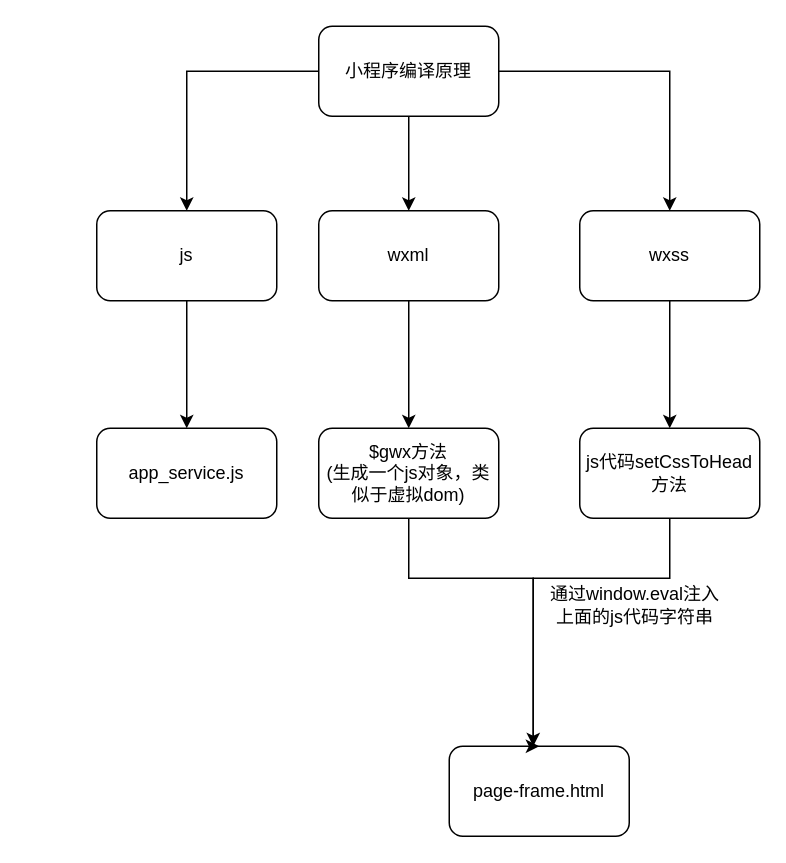
Earlier version of the draw.io diagram 小程序编译.drawio (AdhereZ/graph). Source tidied: cells renumbered, new cells numbered last; positions are measured from the earlier drawing's top-left corner, leaving out a move shared by most shapes. Both pictures are drawn from the tidied source at 150%, with x=0, y=0 at pixel (96, 26).
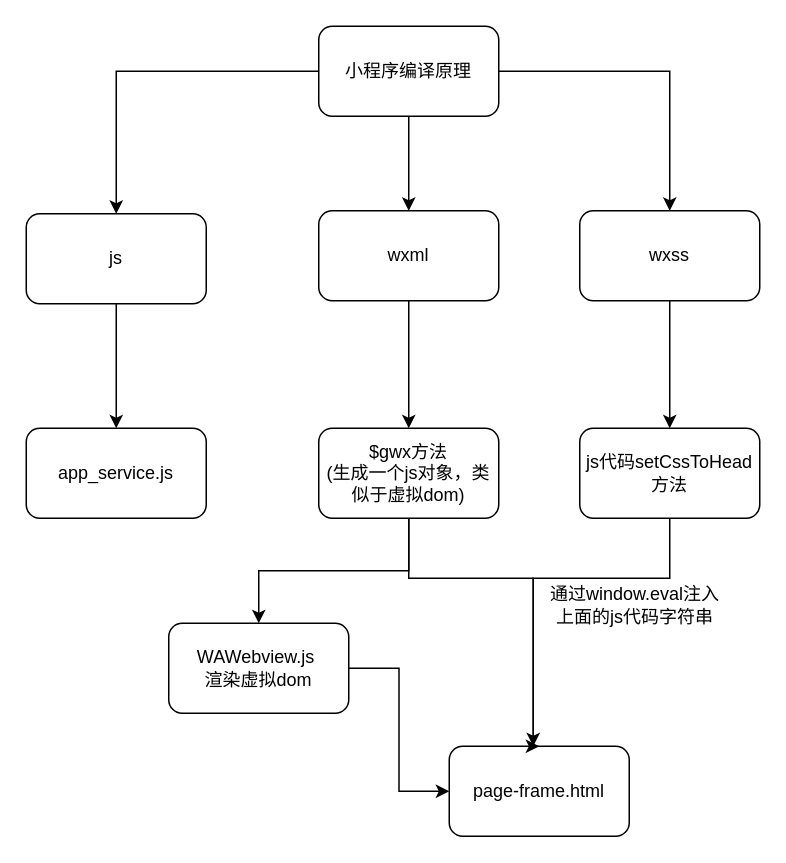
After the change.

Commit message:
更新小程序编译.drawio

Unchanged cells that the change refers to:
```xml
<mxCell id="11" value="page-frame.html" style="rounded=1;whiteSpace=wrap;html=1;" parent="1" vertex="1">
  <mxGeometry x="235" y="480" width="120" height="60" as="geometry" />
</mxCell>
<mxCell id="13" value="$gwx方法&lt;br&gt;(生成一个js对象，类似于虚拟dom)" style="rounded=1;whiteSpace=wrap;html=1;" parent="1" vertex="1">
  <mxGeometry x="148" y="268" width="120" height="60" as="geometry" />
</mxCell>
```

What changed in the source:
```diff
@@
     <mxCell id="7" value="js" style="rounded=1;whiteSpace=wrap;html=1;" parent="1" vertex="1">
-      <mxGeometry y="123" width="120" height="60" as="geometry" />
+      <mxGeometry x="-47" y="125" width="120" height="60" as="geometry" />
     </mxCell>
     <mxCell id="8" value="app_service.js" style="rounded=1;whiteSpace=wrap;html=1;" parent="1" vertex="1">
-      <mxGeometry y="268" width="120" height="60" as="geometry" />
+      <mxGeometry x="-47" y="268" width="120" height="60" as="geometry" />
     </mxCell>
@@
+    <mxCell id="19" style="edgeStyle=orthogonalEdgeStyle;rounded=0;jettySize=auto;html=1;entryX=0.5;entryY=0;entryDx=0;entryDy=0;" parent="1" edge="1" source="13" target="21">
+      <mxGeometry relative="1" as="geometry" />
+    </mxCell>
@@
+    <mxCell id="20" style="edgeStyle=orthogonalEdgeStyle;rounded=0;jettySize=auto;html=1;entryX=0;entryY=0.5;entryDx=0;entryDy=0;" parent="1" edge="1" source="21" target="11">
+      <mxGeometry relative="1" as="geometry" />
+    </mxCell>
+    <mxCell id="21" value="WAWebview.js&amp;nbsp;&lt;br&gt;渲染虚拟dom" style="rounded=1;whiteSpace=wrap;html=1;" parent="1" vertex="1">
+      <mxGeometry x="48" y="398" width="120" height="60" as="geometry" />
+    </mxCell>
```
